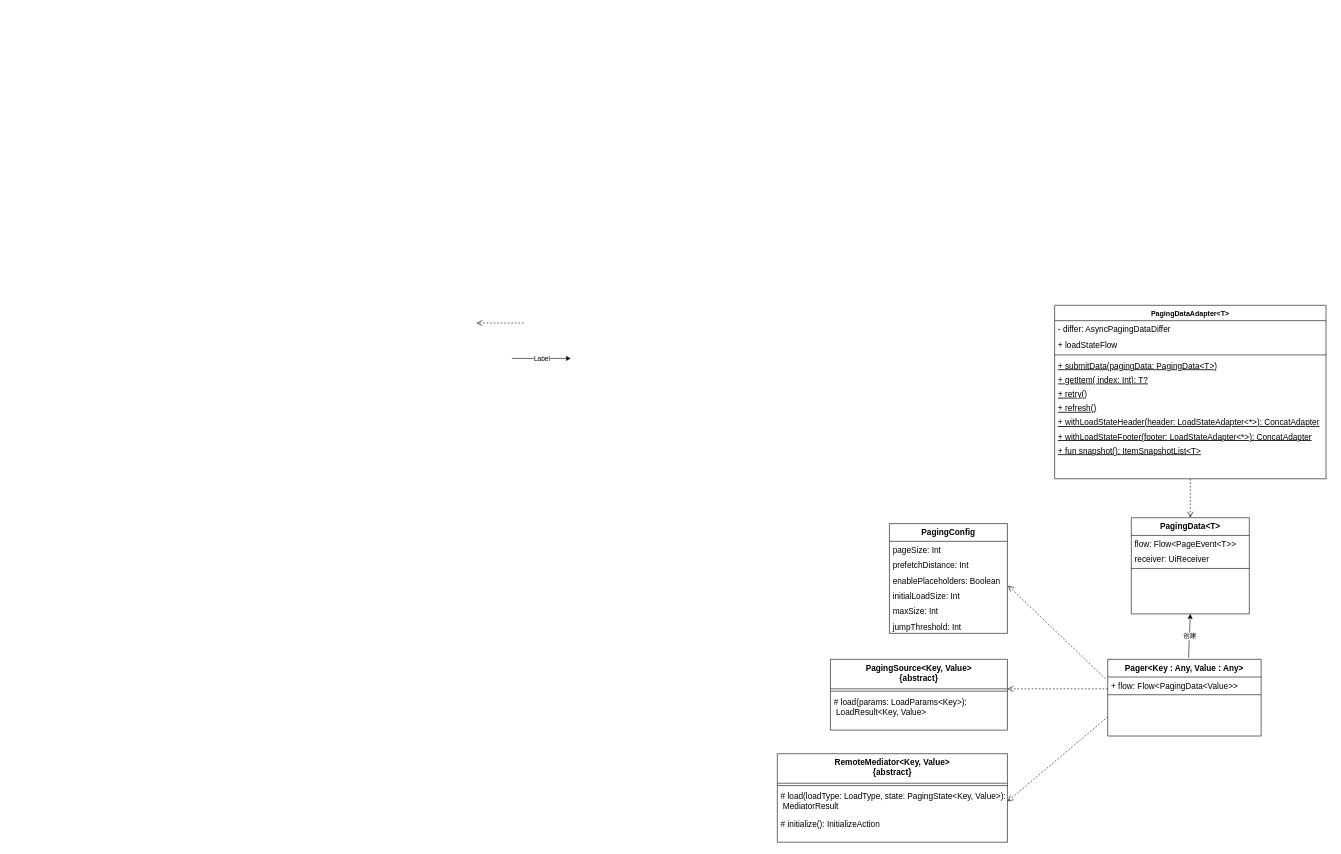
Before: paging3demo/paging.drawio in EricHyh/KtDemoCollection, a draw.io diagram. Source tidied: cells renumbered, new cells numbered last; positions are measured from the earlier drawing's top-left corner, leaving out a move shared by most shapes. Both pictures are drawn from the tidied source at 59%, with x=0, y=0 at pixel (476, 305).
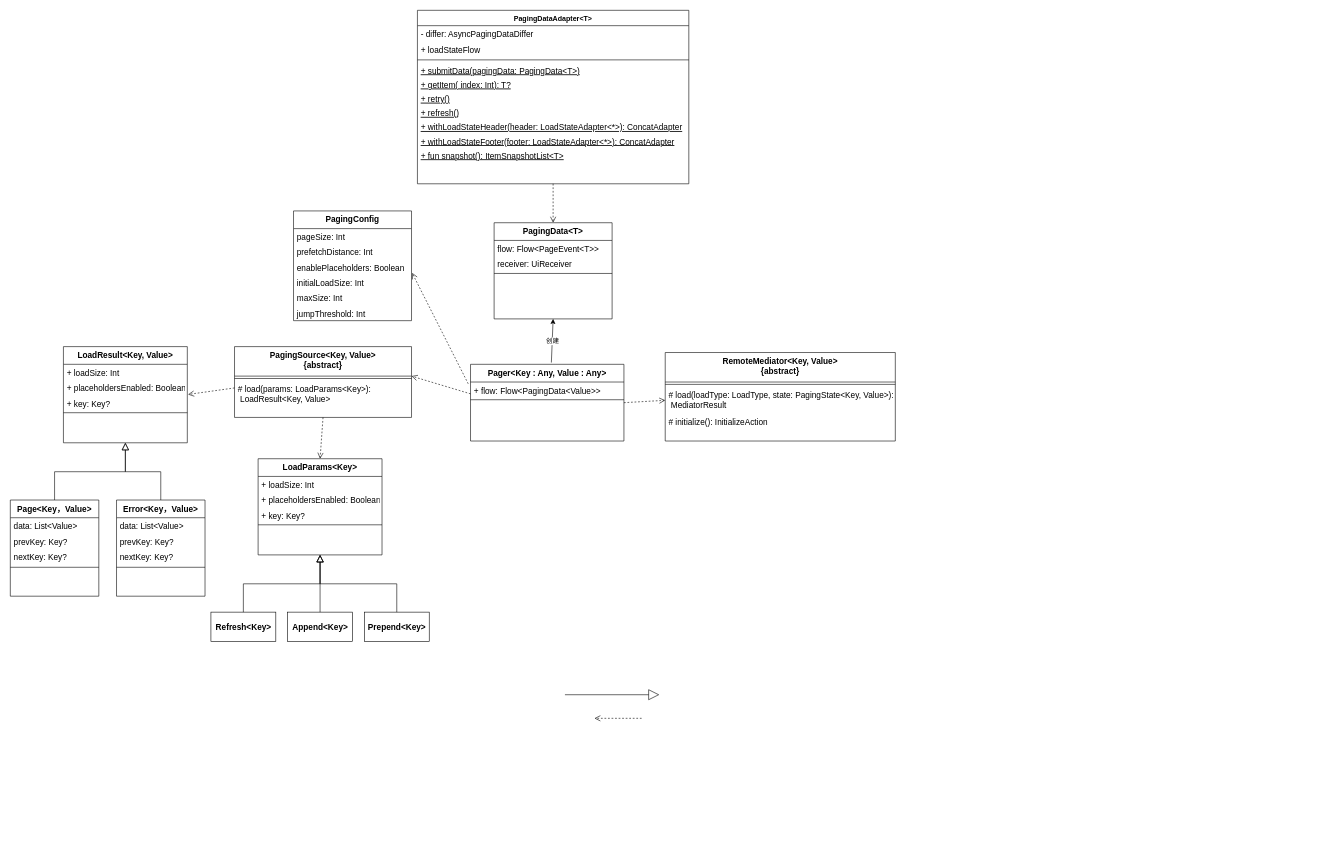
The same diagram, later.

The change refers to these unchanged cells:
```xml
<mxCell id="23" value="# load(params: LoadParams&lt;Key&gt;):&#10; LoadResult&lt;Key, Value&gt;" style="text;align=left;verticalAlign=top;spacingLeft=4;spacingRight=4;overflow=hidden;points=[[0,0.5],[1,0.5]];portConstraint=eastwest;fontSize=14;" parent="21" vertex="1">
  <mxGeometry y="58" width="300" height="46" as="geometry" />
</mxCell>
<mxCell id="28" value="# load(loadType: LoadType, state: PagingState&lt;Key, Value&gt;):&#10; MediatorResult" style="text;align=left;verticalAlign=top;spacingLeft=4;spacingRight=4;overflow=hidden;points=[[0,0.5],[1,0.5]];portConstraint=eastwest;fontSize=14;" parent="26" vertex="1">
  <mxGeometry y="58" width="390" height="46" as="geometry" />
</mxCell>
```

The edit, as a diff of the source:
```diff
@@
     <mxCell id="2" value="PagingDataAdapter&lt;T&gt;" style="swimlane;fontStyle=1;align=center;verticalAlign=top;horizontal=1;startSize=26;rounded=0;shadow=0;strokeWidth=1;" parent="1" vertex="1">
-      <mxGeometry x="980" width="460" height="294" as="geometry" />
+      <mxGeometry x="-100" y="-500" width="460" height="294" as="geometry" />
     </mxCell>
@@
     <mxCell id="14" value="PagingData&lt;T&gt;" style="swimlane;fontStyle=1;align=center;verticalAlign=top;horizontal=1;startSize=30;rounded=0;shadow=0;strokeWidth=1;fontSize=14;" parent="1" vertex="1">
-      <mxGeometry x="1110" y="360" width="200" height="163" as="geometry" />
+      <mxGeometry x="30" y="-140" width="200" height="163" as="geometry" />
     </mxCell>
@@
     <mxCell id="18" value="Pager&lt;Key : Any, Value : Any&gt;" style="swimlane;fontStyle=1;align=center;verticalAlign=top;horizontal=1;startSize=30;rounded=0;shadow=0;strokeWidth=1;fontSize=14;" parent="1" vertex="1">
-      <mxGeometry x="1070" y="600" width="260" height="130" as="geometry" />
+      <mxGeometry x="-10" y="100" width="260" height="130" as="geometry" />
     </mxCell>
@@
     <mxCell id="21" value="PagingSource&lt;Key, Value&gt;&#10;{abstract}" style="swimlane;fontStyle=1;align=center;verticalAlign=top;horizontal=1;startSize=50;rounded=0;shadow=0;strokeWidth=1;fontSize=14;" parent="1" vertex="1">
-      <mxGeometry x="600" y="600" width="300" height="120" as="geometry" />
+      <mxGeometry x="-410" y="70" width="300" height="120" as="geometry" />
     </mxCell>
@@
     <mxCell id="25" style="html=1;verticalAlign=bottom;endArrow=open;dashed=1;endSize=8;entryX=1;entryY=0.417;entryDx=0;entryDy=0;entryPerimeter=0;" parent="1" edge="1" target="21">
       <mxGeometry y="-60" relative="1" as="geometry">
-        <mxPoint x="1070" y="650" as="sourcePoint" />
+        <mxPoint x="-10" y="150" as="sourcePoint" />
       </mxGeometry>
     </mxCell>
     <mxCell id="26" value="RemoteMediator&lt;Key, Value&gt;&#10;{abstract}" style="swimlane;fontStyle=1;align=center;verticalAlign=top;horizontal=1;startSize=50;rounded=0;shadow=0;strokeWidth=1;fontSize=14;" parent="1" vertex="1">
-      <mxGeometry x="510" y="760" width="390" height="150" as="geometry" />
+      <mxGeometry x="320" y="80" width="390" height="150" as="geometry" />
     </mxCell>
@@
-    <mxCell id="30" style="html=1;verticalAlign=bottom;endArrow=open;dashed=1;endSize=8;exitX=0;exitY=0.75;exitDx=0;exitDy=0;entryX=1;entryY=0.5;entryDx=0;entryDy=0;" parent="1" edge="1" source="18" target="28">
+    <mxCell id="30" style="html=1;verticalAlign=bottom;endArrow=open;dashed=1;endSize=8;exitX=1;exitY=0.5;exitDx=0;exitDy=0;entryX=0;entryY=0.5;entryDx=0;entryDy=0;" parent="1" edge="1" source="18" target="28">
       <mxGeometry y="-60" relative="1" as="geometry" />
     </mxCell>
@@
-    <mxCell id="33" style="endArrow=classic;html=1;" parent="1" edge="1">
-      <mxGeometry relative="1" as="geometry">
-        <mxPoint x="60" y="90" as="sourcePoint" />
-        <mxPoint x="160" y="90" as="targetPoint" />
-      </mxGeometry>
-    </mxCell>
-    <mxCell id="34" value="Label" style="edgeLabel;html=1;align=center;verticalAlign=middle;" parent="33" vertex="1">
-      <mxGeometry relative="1" as="geometry" />
-    </mxCell>
     <mxCell id="35" value="PagingConfig" style="swimlane;fontStyle=1;align=center;verticalAlign=top;horizontal=1;startSize=30;rounded=0;shadow=0;strokeWidth=1;fontSize=14;" parent="1" vertex="1">
-      <mxGeometry x="700" y="370" width="200" height="186" as="geometry" />
+      <mxGeometry x="-310" y="-160" width="200" height="186" as="geometry" />
     </mxCell>
@@
-    <mxCell id="42" style="html=1;verticalAlign=bottom;endArrow=open;dashed=1;endSize=8;" parent="1" edge="1">
-      <mxGeometry y="-50" relative="1" as="geometry">
-        <mxPoint x="80" y="30" as="sourcePoint" />
-        <mxPoint y="30" as="targetPoint" />
-      </mxGeometry>
-    </mxCell>
@@
+    <mxCell id="44" value="LoadParams&lt;Key&gt;" style="swimlane;fontStyle=1;align=center;verticalAlign=top;horizontal=1;startSize=30;rounded=0;shadow=0;strokeWidth=1;fontSize=14;" parent="1" vertex="1">
+      <mxGeometry x="-370" y="260" width="210" height="163" as="geometry" />
+    </mxCell>
+    <mxCell id="45" value="+ loadSize: Int" style="text;align=left;verticalAlign=top;spacingLeft=4;spacingRight=4;overflow=hidden;fontSize=14;" parent="44" vertex="1">
+      <mxGeometry y="30" width="210" height="26" as="geometry" />
+    </mxCell>
+    <mxCell id="46" value="+ placeholdersEnabled: Boolean" style="text;align=left;verticalAlign=top;spacingLeft=4;spacingRight=4;overflow=hidden;rounded=0;shadow=0;html=0;fontSize=14;" parent="44" vertex="1">
+      <mxGeometry y="56" width="210" height="26" as="geometry" />
+    </mxCell>
+    <mxCell id="47" value="+ key: Key?" style="text;align=left;verticalAlign=top;spacingLeft=4;spacingRight=4;overflow=hidden;rounded=0;shadow=0;html=0;fontSize=14;" parent="44" vertex="1">
+      <mxGeometry y="82" width="210" height="26" as="geometry" />
+    </mxCell>
+    <mxCell id="48" style="line;html=1;strokeWidth=1;align=left;verticalAlign=middle;spacingTop=-1;spacingLeft=3;spacingRight=3;labelPosition=right;" parent="44" vertex="1">
+      <mxGeometry y="108" width="210" height="8" as="geometry" />
+    </mxCell>
+    <mxCell id="49" style="html=1;verticalAlign=bottom;endArrow=open;dashed=1;endSize=8;" parent="1" edge="1">
+      <mxGeometry relative="1" as="geometry">
+        <mxPoint x="280" y="700" as="sourcePoint" />
+        <mxPoint x="200" y="700" as="targetPoint" />
+      </mxGeometry>
+    </mxCell>
+    <mxCell id="50" style="html=1;verticalAlign=bottom;endArrow=open;dashed=1;endSize=8;exitX=0.5;exitY=1;exitDx=0;exitDy=0;entryX=0.5;entryY=0;entryDx=0;entryDy=0;" parent="1" edge="1" source="21" target="44">
+      <mxGeometry relative="1" as="geometry" />
+    </mxCell>
+    <mxCell id="51" value="&lt;b&gt;&lt;font style=&quot;font-size: 14px&quot;&gt;Refresh&amp;lt;Key&amp;gt;&lt;/font&gt;&lt;/b&gt;" style="html=1;" parent="1" vertex="1">
+      <mxGeometry x="-450" y="520" width="110" height="50" as="geometry" />
+    </mxCell>
+    <mxCell id="52" value="&lt;b&gt;&lt;font style=&quot;font-size: 14px&quot;&gt;Append&amp;lt;Key&amp;gt;&lt;/font&gt;&lt;/b&gt;" style="html=1;" parent="1" vertex="1">
+      <mxGeometry x="-320" y="520" width="110" height="50" as="geometry" />
+    </mxCell>
+    <mxCell id="53" value="&lt;b&gt;&lt;font style=&quot;font-size: 14px&quot;&gt;Prepend&amp;lt;Key&amp;gt;&lt;/font&gt;&lt;/b&gt;" style="html=1;" parent="1" vertex="1">
+      <mxGeometry x="-190" y="520" width="110" height="50" as="geometry" />
+    </mxCell>
+    <mxCell id="54" style="endArrow=block;endSize=16;endFill=0;html=1;" parent="1" edge="1">
+      <mxGeometry x="-0.12" y="-30" relative="1" as="geometry">
+        <mxPoint x="150" y="660" as="sourcePoint" />
+        <mxPoint x="310" y="660" as="targetPoint" />
+        <mxPoint x="-1" as="offset" />
+      </mxGeometry>
+    </mxCell>
+    <mxCell id="55" value="LoadResult&lt;Key, Value&gt;" style="swimlane;fontStyle=1;align=center;verticalAlign=top;horizontal=1;startSize=30;rounded=0;shadow=0;strokeWidth=1;fontSize=14;" parent="1" vertex="1">
+      <mxGeometry x="-700" y="70" width="210" height="163" as="geometry" />
+    </mxCell>
+    <mxCell id="56" value="+ loadSize: Int" style="text;align=left;verticalAlign=top;spacingLeft=4;spacingRight=4;overflow=hidden;fontSize=14;" parent="55" vertex="1">
+      <mxGeometry y="30" width="210" height="26" as="geometry" />
+    </mxCell>
+    <mxCell id="57" value="+ placeholdersEnabled: Boolean" style="text;align=left;verticalAlign=top;spacingLeft=4;spacingRight=4;overflow=hidden;rounded=0;shadow=0;html=0;fontSize=14;" parent="55" vertex="1">
+      <mxGeometry y="56" width="210" height="26" as="geometry" />
+    </mxCell>
+    <mxCell id="58" value="+ key: Key?" style="text;align=left;verticalAlign=top;spacingLeft=4;spacingRight=4;overflow=hidden;points=[[0,0.5],[1,0.5]];portConstraint=eastwest;rounded=0;shadow=0;html=0;fontSize=14;" parent="55" vertex="1">
+      <mxGeometry y="82" width="210" height="26" as="geometry" />
+    </mxCell>
+    <mxCell id="59" style="line;html=1;strokeWidth=1;align=left;verticalAlign=middle;spacingTop=-1;spacingLeft=3;spacingRight=3;labelPosition=right;" parent="55" vertex="1">
+      <mxGeometry y="108" width="210" height="8" as="geometry" />
+    </mxCell>
+    <mxCell id="60" style="endArrow=block;endSize=10;endFill=0;shadow=0;strokeWidth=1;rounded=0;edgeStyle=elbowEdgeStyle;elbow=vertical;entryX=0.5;entryY=1;entryDx=0;entryDy=0;exitX=0.5;exitY=0;exitDx=0;exitDy=0;" parent="1" edge="1" source="51" target="44">
+      <mxGeometry relative="1" as="geometry" />
+    </mxCell>
+    <mxCell id="61" style="endArrow=block;endSize=10;endFill=0;shadow=0;strokeWidth=1;rounded=0;edgeStyle=elbowEdgeStyle;elbow=vertical;entryX=0.5;entryY=1;entryDx=0;entryDy=0;exitX=0.5;exitY=0;exitDx=0;exitDy=0;" parent="1" edge="1" source="53" target="44">
+      <mxGeometry relative="1" as="geometry" />
+    </mxCell>
+    <mxCell id="62" style="endArrow=block;endSize=10;endFill=0;shadow=0;strokeWidth=1;rounded=0;edgeStyle=elbowEdgeStyle;elbow=vertical;entryX=0.5;entryY=1;entryDx=0;entryDy=0;" parent="1" edge="1" source="52" target="44">
+      <mxGeometry relative="1" as="geometry" />
+    </mxCell>
+    <mxCell id="63" style="html=1;verticalAlign=bottom;endArrow=open;dashed=1;endSize=8;exitX=0;exitY=0.261;exitDx=0;exitDy=0;exitPerimeter=0;entryX=1.006;entryY=-0.036;entryDx=0;entryDy=0;entryPerimeter=0;" parent="1" edge="1" source="23" target="58">
+      <mxGeometry relative="1" as="geometry" />
+    </mxCell>
+    <mxCell id="64" style="endArrow=block;endSize=10;endFill=0;shadow=0;strokeWidth=1;rounded=0;edgeStyle=elbowEdgeStyle;elbow=vertical;entryX=0.5;entryY=1;entryDx=0;entryDy=0;" parent="1" edge="1" source="66">
+      <mxGeometry relative="1" as="geometry">
+        <mxPoint x="-595" y="233" as="targetPoint" />
+      </mxGeometry>
+    </mxCell>
+    <mxCell id="65" style="endArrow=block;endSize=10;endFill=0;shadow=0;strokeWidth=1;rounded=0;edgeStyle=elbowEdgeStyle;elbow=vertical;entryX=0.5;entryY=1;entryDx=0;entryDy=0;exitX=0.5;exitY=0;exitDx=0;exitDy=0;" parent="1" edge="1" source="71">
+      <mxGeometry relative="1" as="geometry">
+        <mxPoint x="-595" y="233" as="targetPoint" />
+      </mxGeometry>
+    </mxCell>
+    <mxCell id="66" value="Page&lt;Key，Value&gt;" style="swimlane;fontStyle=1;align=center;verticalAlign=top;horizontal=1;startSize=30;rounded=0;shadow=0;strokeWidth=1;fontSize=14;" parent="1" vertex="1">
+      <mxGeometry x="-790" y="330" width="150" height="163" as="geometry" />
+    </mxCell>
+    <mxCell id="67" value="data: List&lt;Value&gt;" style="text;align=left;verticalAlign=top;spacingLeft=4;spacingRight=4;overflow=hidden;fontSize=14;" parent="66" vertex="1">
+      <mxGeometry y="30" width="150" height="26" as="geometry" />
+    </mxCell>
+    <mxCell id="68" value="prevKey: Key?" style="text;align=left;verticalAlign=top;spacingLeft=4;spacingRight=4;overflow=hidden;rounded=0;shadow=0;html=0;fontSize=14;" parent="66" vertex="1">
+      <mxGeometry y="56" width="150" height="26" as="geometry" />
+    </mxCell>
+    <mxCell id="69" value="nextKey: Key?" style="text;align=left;verticalAlign=top;spacingLeft=4;spacingRight=4;overflow=hidden;rounded=0;shadow=0;html=0;fontSize=14;" parent="66" vertex="1">
+      <mxGeometry y="82" width="150" height="28" as="geometry" />
+    </mxCell>
+    <mxCell id="70" style="line;html=1;strokeWidth=1;align=left;verticalAlign=middle;spacingTop=-1;spacingLeft=3;spacingRight=3;labelPosition=right;" parent="66" vertex="1">
+      <mxGeometry y="110" width="150" height="8" as="geometry" />
+    </mxCell>
+    <mxCell id="71" value="Error&lt;Key，Value&gt;" style="swimlane;fontStyle=1;align=center;verticalAlign=top;horizontal=1;startSize=30;rounded=0;shadow=0;strokeWidth=1;fontSize=14;" parent="1" vertex="1">
+      <mxGeometry x="-610" y="330" width="150" height="163" as="geometry" />
+    </mxCell>
+    <mxCell id="72" value="data: List&lt;Value&gt;" style="text;align=left;verticalAlign=top;spacingLeft=4;spacingRight=4;overflow=hidden;fontSize=14;" parent="71" vertex="1">
+      <mxGeometry y="30" width="150" height="26" as="geometry" />
+    </mxCell>
+    <mxCell id="73" value="prevKey: Key?" style="text;align=left;verticalAlign=top;spacingLeft=4;spacingRight=4;overflow=hidden;rounded=0;shadow=0;html=0;fontSize=14;" parent="71" vertex="1">
+      <mxGeometry y="56" width="150" height="26" as="geometry" />
+    </mxCell>
+    <mxCell id="74" value="nextKey: Key?" style="text;align=left;verticalAlign=top;spacingLeft=4;spacingRight=4;overflow=hidden;rounded=0;shadow=0;html=0;fontSize=14;" parent="71" vertex="1">
+      <mxGeometry y="82" width="150" height="28" as="geometry" />
+    </mxCell>
+    <mxCell id="75" style="line;html=1;strokeWidth=1;align=left;verticalAlign=middle;spacingTop=-1;spacingLeft=3;spacingRight=3;labelPosition=right;" parent="71" vertex="1">
+      <mxGeometry y="110" width="150" height="8" as="geometry" />
+    </mxCell>
```
